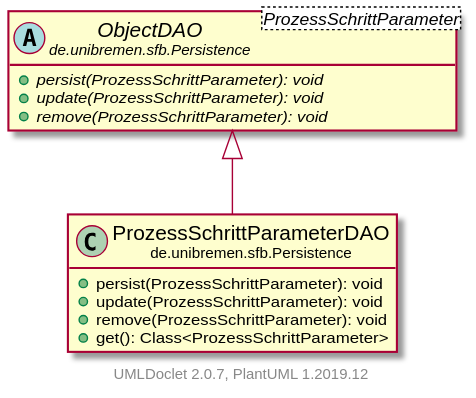
Above: doc/UML/modulsichtSVG/ProzessSchrittParameterDAO.svg in fkehlenb/softwareprojekt-2 (PlantUML), before the change. The source it was exported from:
```plantuml
@startuml
    set namespaceSeparator none
    hide empty fields
    hide empty methods

    class "<size:14>ProzessSchrittParameterDAO\n<size:10>de.unibremen.sfb.Persistence" as de.unibremen.sfb.Persistence.ProzessSchrittParameterDAO [[ProzessSchrittParameterDAO.html]] {
        +persist(ProzessSchrittParameter): void
        +update(ProzessSchrittParameter): void
        +remove(ProzessSchrittParameter): void
        +get(): Class<ProzessSchrittParameter>
    }

    abstract class "<size:14>ObjectDAO\n<size:10>de.unibremen.sfb.Persistence" as de.unibremen.sfb.Persistence.ObjectDAO<ProzessSchrittParameter> [[ObjectDAO.html]] {
        {abstract} +persist(ProzessSchrittParameter): void
        {abstract} +update(ProzessSchrittParameter): void
        {abstract} +remove(ProzessSchrittParameter): void
    }

    de.unibremen.sfb.Persistence.ObjectDAO <|-- de.unibremen.sfb.Persistence.ProzessSchrittParameterDAO

    center footer UMLDoclet 2.0.7, PlantUML 1.2019.12
@enduml
```
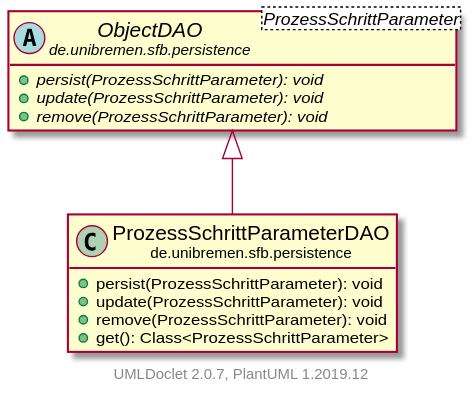
Later version of the same file.

The edit, as a diff of the source:
```diff
@@ -3,20 +3,20 @@
     hide empty fields
     hide empty methods
 
-    class "<size:14>ProzessSchrittParameterDAO\n<size:10>de.unibremen.sfb.Persistence" as de.unibremen.sfb.Persistence.ProzessSchrittParameterDAO [[ProzessSchrittParameterDAO.html]] {
+    class "<size:14>ProzessSchrittParameterDAO\n<size:10>de.unibremen.sfb.persistence" as de.unibremen.sfb.persistence.ProzessSchrittParameterDAO [[ProzessSchrittParameterDAO.html]] {
         +persist(ProzessSchrittParameter): void
         +update(ProzessSchrittParameter): void
         +remove(ProzessSchrittParameter): void
         +get(): Class<ProzessSchrittParameter>
     }
 
-    abstract class "<size:14>ObjectDAO\n<size:10>de.unibremen.sfb.Persistence" as de.unibremen.sfb.Persistence.ObjectDAO<ProzessSchrittParameter> [[ObjectDAO.html]] {
+    abstract class "<size:14>ObjectDAO\n<size:10>de.unibremen.sfb.persistence" as de.unibremen.sfb.persistence.ObjectDAO<ProzessSchrittParameter> [[ObjectDAO.html]] {
         {abstract} +persist(ProzessSchrittParameter): void
         {abstract} +update(ProzessSchrittParameter): void
         {abstract} +remove(ProzessSchrittParameter): void
     }
 
-    de.unibremen.sfb.Persistence.ObjectDAO <|-- de.unibremen.sfb.Persistence.ProzessSchrittParameterDAO
+    de.unibremen.sfb.persistence.ObjectDAO <|-- de.unibremen.sfb.persistence.ProzessSchrittParameterDAO
 
     center footer UMLDoclet 2.0.7, PlantUML 1.2019.12
 @enduml
```
